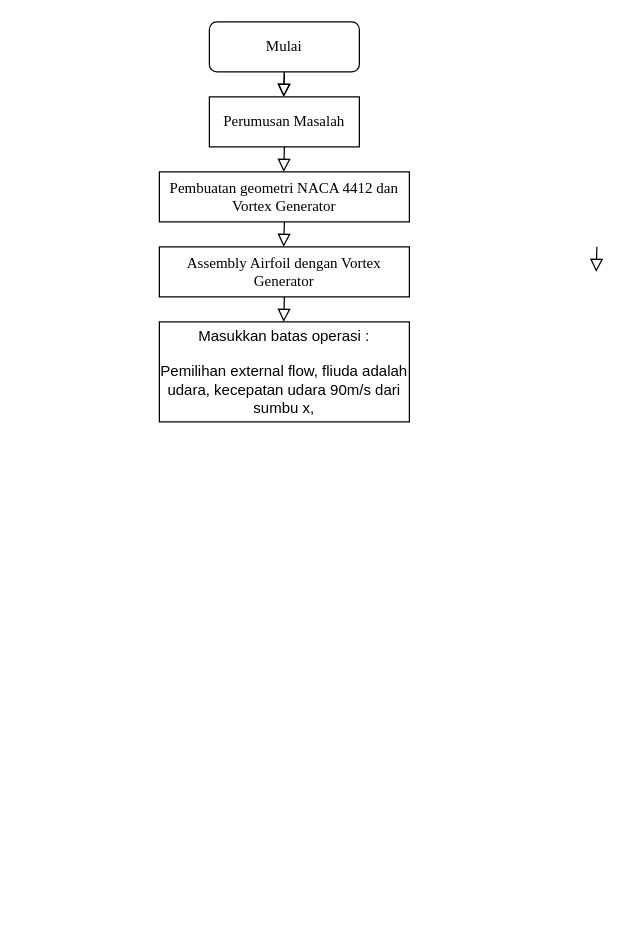
aisayudia/aisayudia.github.io keeps this draw.io diagram as Untitled Diagram.drawio. Above is the earlier version. Source tidied: cells renumbered, new cells numbered last; positions are measured from the earlier drawing's top-left corner, leaving out a move shared by most shapes. Both pictures are drawn from the tidied source at 125%, with x=0, y=0 at pixel (159, 21).
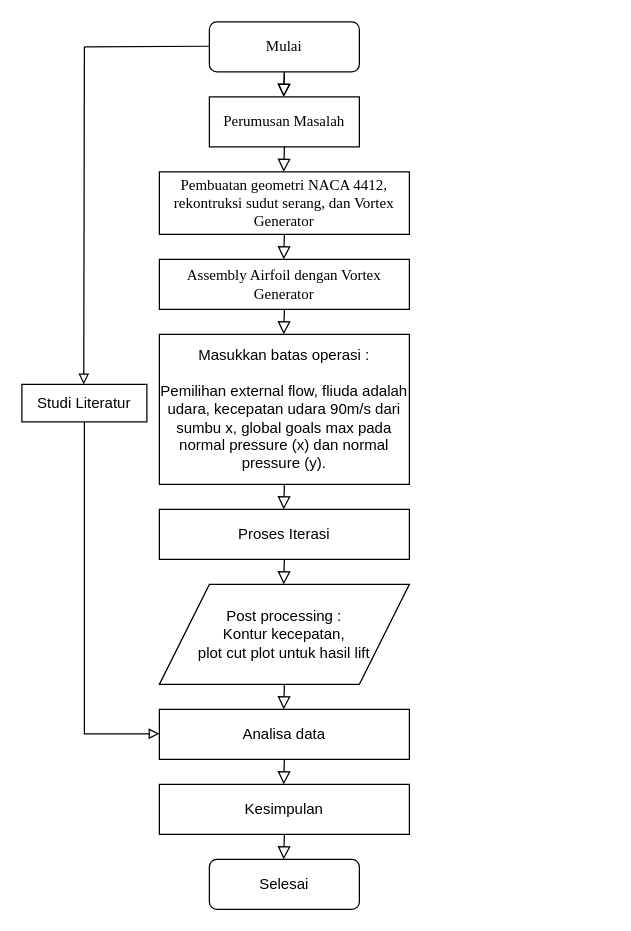
The same diagram, later.

What changed in the source:
```diff
@@
-    <mxCell id="5" value="&lt;font face=&quot;Times New Roman&quot;&gt;Pembuatan geometri NACA 4412 dan Vortex Generator&lt;/font&gt;" style="rounded=0;whiteSpace=wrap;html=1;" parent="1" vertex="1">
-      <mxGeometry y="120" width="200" height="40" as="geometry" />
+    <mxCell id="5" value="&lt;font face=&quot;Times New Roman&quot;&gt;Pembuatan geometri NACA 4412, rekontruksi sudut serang, dan Vortex Generator&lt;/font&gt;" style="rounded=0;whiteSpace=wrap;html=1;" parent="1" vertex="1">
+      <mxGeometry y="120" width="200" height="50" as="geometry" />
     </mxCell>
     <mxCell id="6" value="&lt;font face=&quot;Times New Roman&quot;&gt;Assembly Airfoil dengan Vortex Generator&lt;/font&gt;" style="rounded=0;whiteSpace=wrap;html=1;" parent="1" vertex="1">
-      <mxGeometry y="180" width="200" height="40" as="geometry" />
+      <mxGeometry y="190" width="200" height="40" as="geometry" />
     </mxCell>
@@
     <mxCell id="8" style="rounded=0;html=1;jettySize=auto;orthogonalLoop=1;fontSize=11;endArrow=block;endFill=0;endSize=8;strokeWidth=1;shadow=0;labelBackgroundColor=none;edgeStyle=orthogonalEdgeStyle;" parent="1" edge="1">
       <mxGeometry relative="1" as="geometry">
-        <mxPoint x="350" y="180" as="sourcePoint" />
-        <mxPoint x="349.5" y="200" as="targetPoint" />
+        <mxPoint x="100" y="650" as="sourcePoint" />
+        <mxPoint x="99.5" y="670" as="targetPoint" />
       </mxGeometry>
     </mxCell>
@@
     <mxCell id="10" style="rounded=0;html=1;jettySize=auto;orthogonalLoop=1;fontSize=11;endArrow=block;endFill=0;endSize=8;strokeWidth=1;shadow=0;labelBackgroundColor=none;edgeStyle=orthogonalEdgeStyle;" parent="1" edge="1">
       <mxGeometry relative="1" as="geometry">
-        <mxPoint x="100" y="160" as="sourcePoint" />
-        <mxPoint x="99.5" y="180" as="targetPoint" />
+        <mxPoint x="100" y="170" as="sourcePoint" />
+        <mxPoint x="99.5" y="190" as="targetPoint" />
       </mxGeometry>
     </mxCell>
-    <mxCell id="11" value="&lt;div&gt;Masukkan batas operasi :&lt;/div&gt;&lt;div&gt;&lt;br&gt;&lt;/div&gt;&lt;div&gt;Pemilihan external flow, fliuda adalah udara, kecepatan udara 90m/s dari sumbu x, &lt;br&gt;&lt;/div&gt;" style="rounded=0;whiteSpace=wrap;html=1;" parent="1" vertex="1">
-      <mxGeometry y="240" width="200" height="80" as="geometry" />
+    <mxCell id="11" value="&lt;div&gt;Masukkan batas operasi :&lt;/div&gt;&lt;div&gt;&lt;br&gt;&lt;/div&gt;&lt;div&gt;Pemilihan external flow, fliuda adalah udara, kecepatan udara 90m/s dari sumbu x, global goals max pada normal pressure (x) dan normal pressure (y).&lt;br&gt;&lt;/div&gt;" style="rounded=0;whiteSpace=wrap;html=1;" parent="1" vertex="1">
+      <mxGeometry y="250" width="200" height="120" as="geometry" />
     </mxCell>
     <mxCell id="12" style="rounded=0;html=1;jettySize=auto;orthogonalLoop=1;fontSize=11;endArrow=block;endFill=0;endSize=8;strokeWidth=1;shadow=0;labelBackgroundColor=none;edgeStyle=orthogonalEdgeStyle;" parent="1" edge="1">
       <mxGeometry relative="1" as="geometry">
-        <mxPoint x="100" y="220" as="sourcePoint" />
-        <mxPoint x="99.5" y="240" as="targetPoint" />
+        <mxPoint x="100" y="230" as="sourcePoint" />
+        <mxPoint x="99.5" y="250" as="targetPoint" />
       </mxGeometry>
     </mxCell>
+    <mxCell id="13" style="rounded=0;html=1;jettySize=auto;orthogonalLoop=1;fontSize=11;endArrow=block;endFill=0;endSize=8;strokeWidth=1;shadow=0;labelBackgroundColor=none;edgeStyle=orthogonalEdgeStyle;" parent="1" edge="1">
+      <mxGeometry relative="1" as="geometry">
+        <mxPoint x="100" y="370" as="sourcePoint" />
+        <mxPoint x="99.5" y="390" as="targetPoint" />
+      </mxGeometry>
+    </mxCell>
+    <mxCell id="14" value="Proses Iterasi" style="rounded=0;whiteSpace=wrap;html=1;" parent="1" vertex="1">
+      <mxGeometry y="390" width="200" height="40" as="geometry" />
+    </mxCell>
+    <mxCell id="15" style="rounded=0;html=1;jettySize=auto;orthogonalLoop=1;fontSize=11;endArrow=block;endFill=0;endSize=8;strokeWidth=1;shadow=0;labelBackgroundColor=none;edgeStyle=orthogonalEdgeStyle;" parent="1" edge="1">
+      <mxGeometry relative="1" as="geometry">
+        <mxPoint x="100" y="430" as="sourcePoint" />
+        <mxPoint x="99.5" y="450" as="targetPoint" />
+      </mxGeometry>
+    </mxCell>
+    <mxCell id="16" value="&lt;div&gt;Post processing :&lt;/div&gt;&lt;div&gt;Kontur kecepatan,&lt;/div&gt;&lt;div&gt; plot cut plot untuk hasil lift&lt;br&gt;&lt;/div&gt;" style="shape=parallelogram;perimeter=parallelogramPerimeter;whiteSpace=wrap;html=1;" parent="1" vertex="1">
+      <mxGeometry y="450" width="200" height="80" as="geometry" />
+    </mxCell>
+    <mxCell id="17" style="rounded=0;html=1;jettySize=auto;orthogonalLoop=1;fontSize=11;endArrow=block;endFill=0;endSize=8;strokeWidth=1;shadow=0;labelBackgroundColor=none;edgeStyle=orthogonalEdgeStyle;" parent="1" edge="1">
+      <mxGeometry relative="1" as="geometry">
+        <mxPoint x="100" y="530" as="sourcePoint" />
+        <mxPoint x="99.5" y="550" as="targetPoint" />
+      </mxGeometry>
+    </mxCell>
+    <mxCell id="18" value="Analisa data" style="rounded=0;whiteSpace=wrap;html=1;" parent="1" vertex="1">
+      <mxGeometry y="550" width="200" height="40" as="geometry" />
+    </mxCell>
+    <mxCell id="19" style="rounded=0;html=1;jettySize=auto;orthogonalLoop=1;fontSize=11;endArrow=block;endFill=0;endSize=8;strokeWidth=1;shadow=0;labelBackgroundColor=none;edgeStyle=orthogonalEdgeStyle;" parent="1" edge="1">
+      <mxGeometry relative="1" as="geometry">
+        <mxPoint x="100" y="590" as="sourcePoint" />
+        <mxPoint x="99.5" y="610" as="targetPoint" />
+      </mxGeometry>
+    </mxCell>
+    <mxCell id="20" value="Kesimpulan" style="rounded=0;whiteSpace=wrap;html=1;" parent="1" vertex="1">
+      <mxGeometry y="610" width="200" height="40" as="geometry" />
+    </mxCell>
+    <mxCell id="21" value="Selesai" style="rounded=1;whiteSpace=wrap;html=1;" parent="1" vertex="1">
+      <mxGeometry x="40" y="670" width="120" height="40" as="geometry" />
+    </mxCell>
+    <mxCell id="22" style="endArrow=block;html=1;endFill=0;" parent="1" edge="1">
+      <mxGeometry relative="1" as="geometry">
+        <mxPoint x="-60" y="569.5" as="sourcePoint" />
+        <mxPoint y="569.5" as="targetPoint" />
+      </mxGeometry>
+    </mxCell>
+    <mxCell id="23" style="endArrow=none;html=1;" parent="1" edge="1">
+      <mxGeometry relative="1" as="geometry">
+        <mxPoint x="-60" y="20" as="sourcePoint" />
+        <mxPoint x="40" y="19.5" as="targetPoint" />
+      </mxGeometry>
+    </mxCell>
+    <mxCell id="24" value="Studi Literatur" style="rounded=0;whiteSpace=wrap;html=1;" parent="1" vertex="1">
+      <mxGeometry x="-110" y="290" width="100" height="30" as="geometry" />
+    </mxCell>
+    <mxCell id="25" style="endArrow=none;html=1;" parent="1" edge="1" target="24">
+      <mxGeometry relative="1" as="geometry">
+        <mxPoint x="-60" y="570" as="sourcePoint" />
+      </mxGeometry>
+    </mxCell>
+    <mxCell id="26" style="endArrow=block;html=1;endFill=0;" parent="1" edge="1">
+      <mxGeometry relative="1" as="geometry">
+        <mxPoint x="-60" y="20" as="sourcePoint" />
+        <mxPoint x="-60.5" y="290" as="targetPoint" />
+      </mxGeometry>
+    </mxCell>
```
